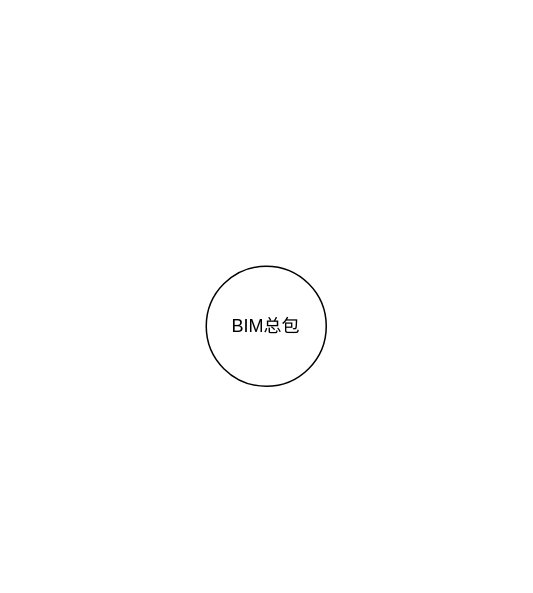
The draw.io diagram BIM总包.drawio in gaochaowyq/MinderGraph, before the edit. Source tidied: cells renumbered, new cells numbered last; positions are measured from the earlier drawing's top-left corner, leaving out a move shared by most shapes. Both pictures are drawn from the tidied source at 150%, with x=0, y=0 at pixel (206, 266).
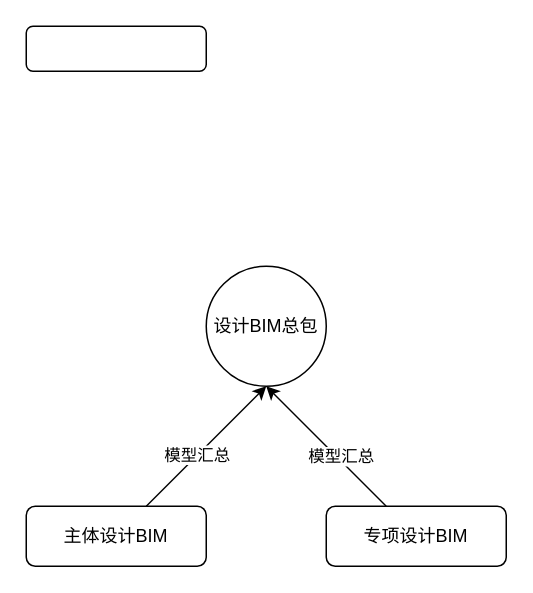
After the change.

Diff of the diagram source:
```diff
@@
 <mxGraphModel>
   <root>
     <mxCell id="0" />
     <mxCell id="1" parent="0" />
-    <mxCell id="2" value="BIM总包" style="ellipse;whiteSpace=wrap;html=1;" parent="1" vertex="1">
+    <mxCell id="2" value="设计BIM总包" style="ellipse;whiteSpace=wrap;html=1;" parent="1" vertex="1">
       <mxGeometry width="80" height="80" as="geometry" />
     </mxCell>
+    <mxCell id="3" style="edgeStyle=none;rounded=0;jettySize=auto;html=1;entryX=0.5;entryY=1;entryDx=0;entryDy=0;" parent="1" edge="1" source="5" target="2">
+      <mxGeometry relative="1" as="geometry" />
+    </mxCell>
+    <mxCell id="4" value="模型汇总" style="edgeLabel;html=1;align=center;verticalAlign=middle;" parent="3" vertex="1">
+      <mxGeometry x="-0.15" relative="1" as="geometry">
+        <mxPoint y="-1" as="offset" />
+      </mxGeometry>
+    </mxCell>
+    <mxCell id="5" value="主体设计BIM" style="rounded=1;whiteSpace=wrap;html=1;" parent="1" vertex="1">
+      <mxGeometry x="-120" y="160" width="120" height="40" as="geometry" />
+    </mxCell>
+    <mxCell id="6" style="rounded=0;jettySize=auto;html=1;entryX=0.5;entryY=1;entryDx=0;entryDy=0;" parent="1" edge="1" source="8" target="2">
+      <mxGeometry relative="1" as="geometry" />
+    </mxCell>
+    <mxCell id="7" value="模型汇总" style="edgeLabel;html=1;align=center;verticalAlign=middle;" parent="6" vertex="1">
+      <mxGeometry x="-0.2" y="-2" relative="1" as="geometry" />
+    </mxCell>
+    <mxCell id="8" value="专项设计BIM" style="rounded=1;whiteSpace=wrap;html=1;" parent="1" vertex="1">
+      <mxGeometry x="80" y="160" width="120" height="40" as="geometry" />
+    </mxCell>
+    <mxCell id="9" style="rounded=1;whiteSpace=wrap;html=1;" parent="1" vertex="1">
+      <mxGeometry x="-120" y="-160" width="120" height="30" as="geometry" />
+    </mxCell>
   </root>
 </mxGraphModel>
```
